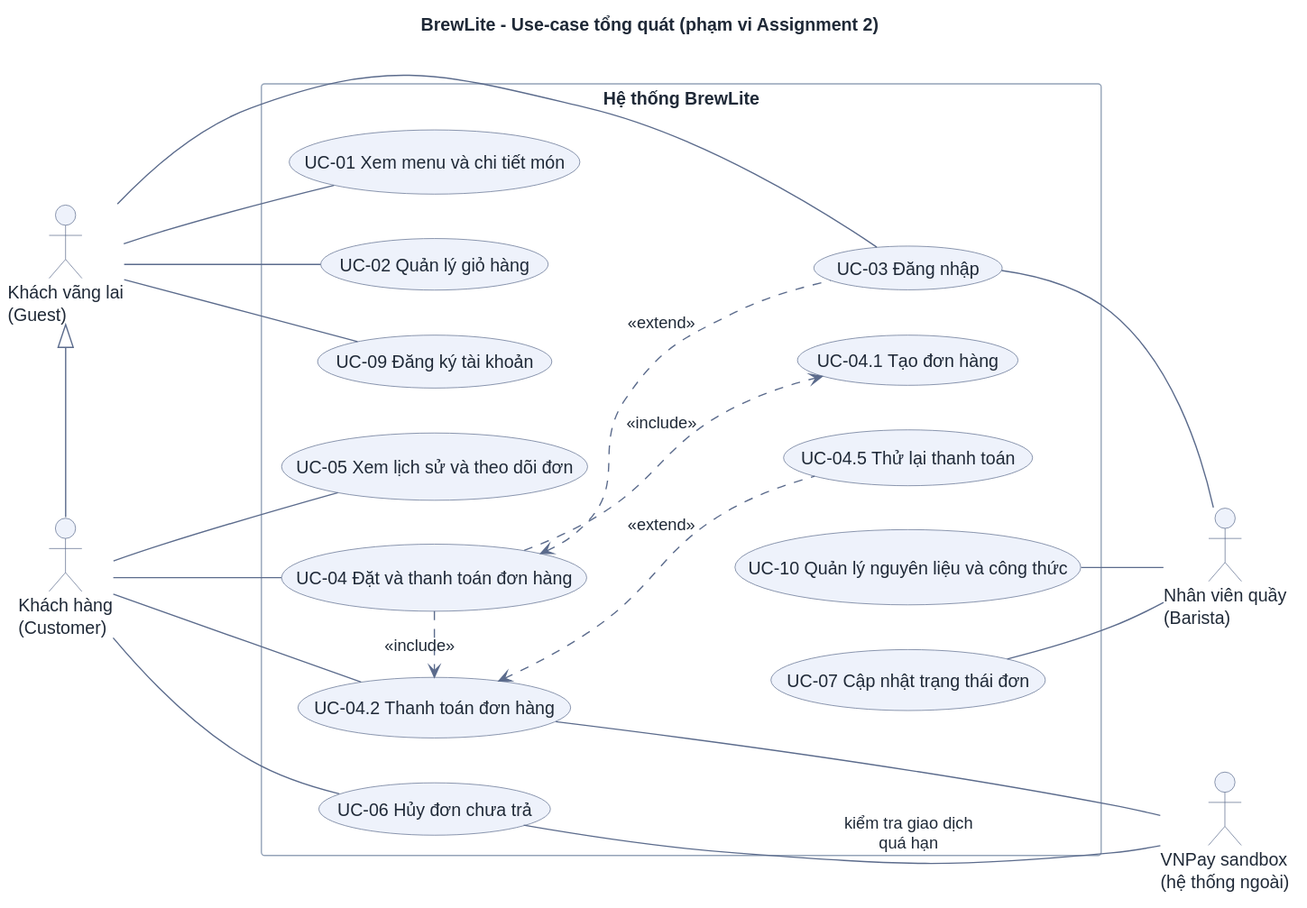
DuVinhLoi/BrewLite keeps this PlantUML diagram as docs/requirements/use-case-overview.svg. Above is the earlier version.
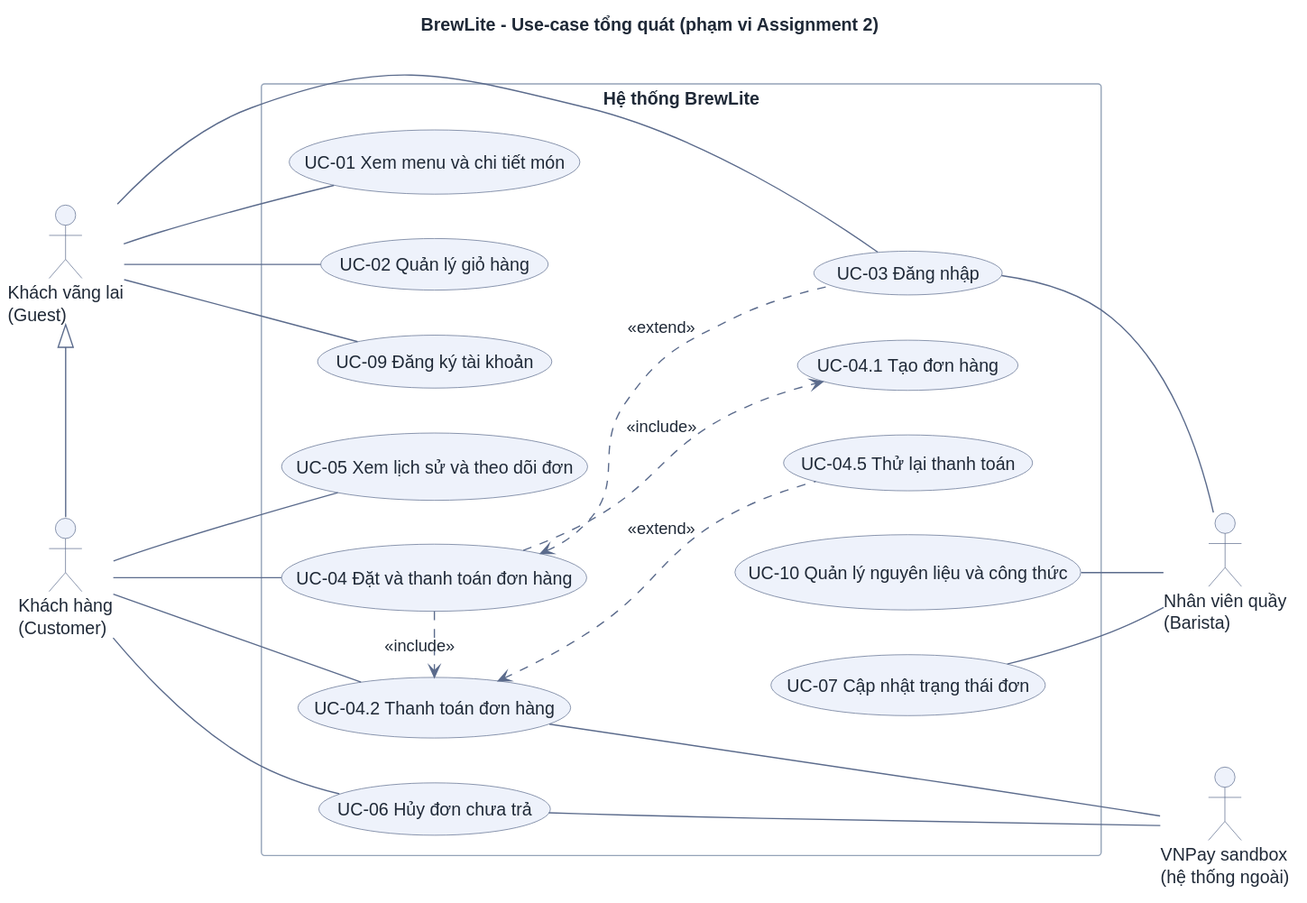
The same file after the commit.

Commit message:
docs(uc): drop the association label from the overview diagram

Diff of the diagram source:
```diff
@@ -66,5 +66,5 @@
 UC041 -[hidden]> UC045
 
 UC042 --- Pay
-UC06 --- Pay : kiểm tra giao dịch\nquá hạn
+UC06 --- Pay
 @enduml
```
